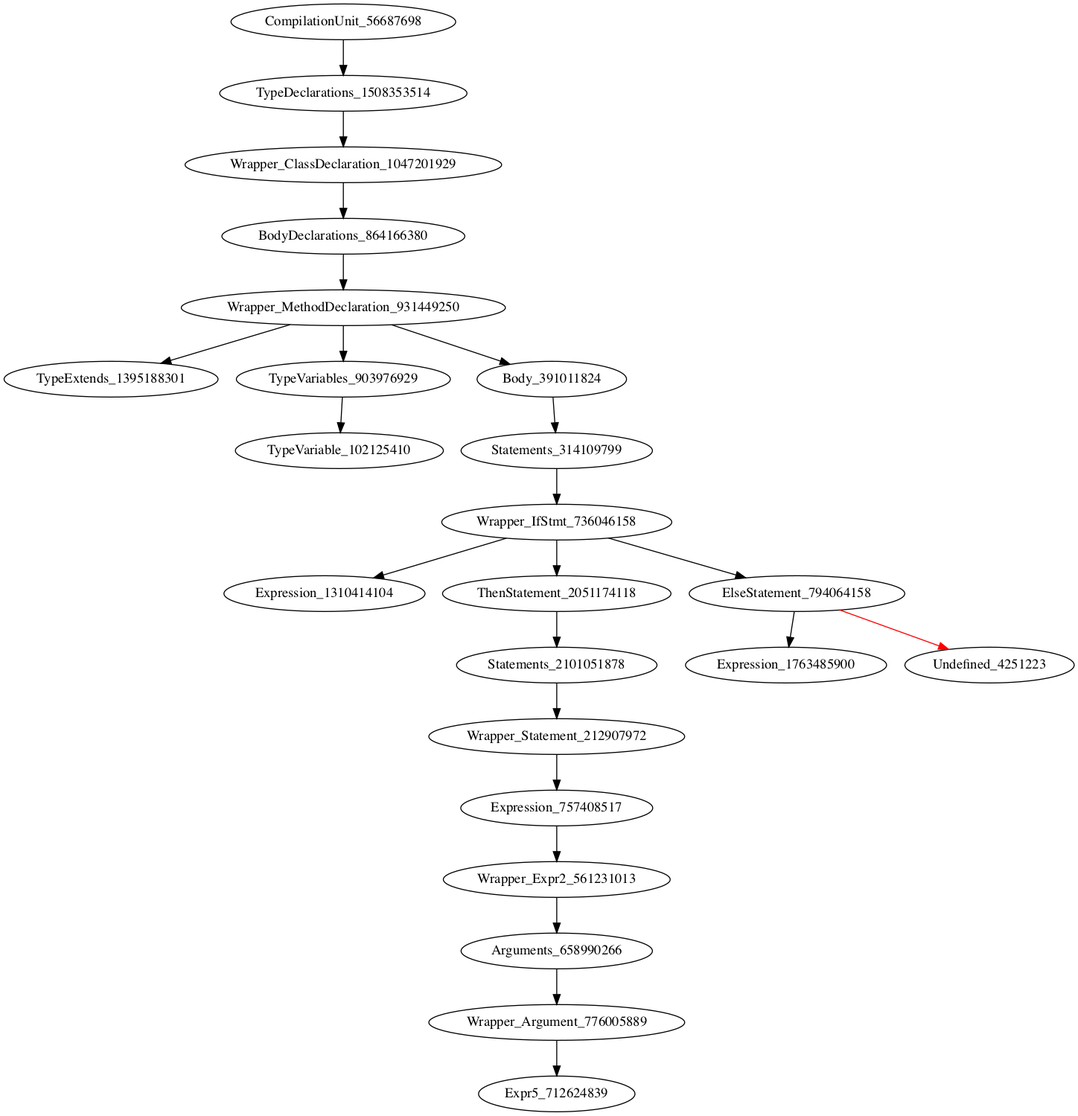
Above: holeAST.png in icse2023material/VoiceJava (Graphviz), before the change. Its source is kept beside it as holeAST.dot.
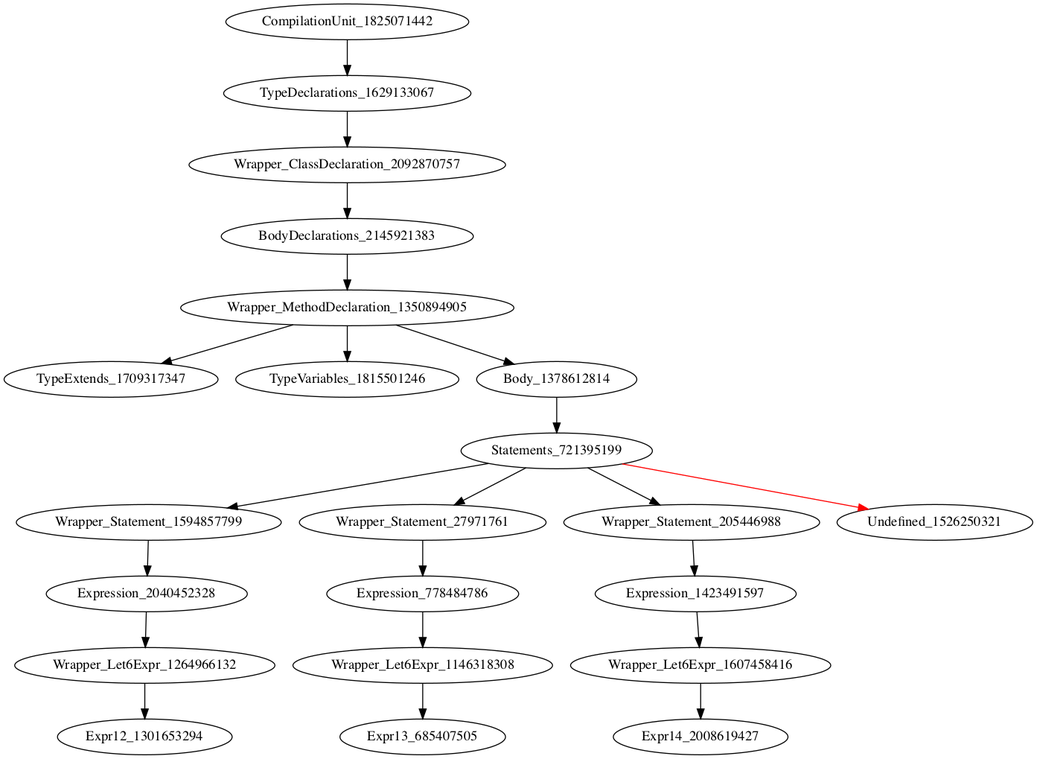
After the change.

Commit message:
[add] testcases for expression

What changed in the source:
```diff
@@ -1,14 +1,23 @@
 digraph {
-CompilationUnit_735125929 -> TypeDeclarations_2052881345
-TypeDeclarations_2052881345 -> Wrapper_ClassDeclaration_1647879666
-Wrapper_ClassDeclaration_1647879666 -> BodyDeclarations_1093243373
-BodyDeclarations_1093243373 -> Wrapper_MethodDeclaration_1666661384
-Wrapper_MethodDeclaration_1666661384 -> TypeExtends_2060239312
-Wrapper_MethodDeclaration_1666661384 -> TypeVariables_1568468046
-Wrapper_MethodDeclaration_1666661384 -> Body_1347922165
-TypeVariables_1568468046 -> TypeVariable_171600267
-Body_1347922165 -> Statements_384105309
-Statements_384105309 -> Wrapper_SwitchStmt_750807891
-Wrapper_SwitchStmt_750807891 -> Expression_1094544958
-Wrapper_SwitchStmt_750807891 -> Undefined_403841443 [color = red]
+CompilationUnit_1825071442 -> TypeDeclarations_1629133067
+TypeDeclarations_1629133067 -> Wrapper_ClassDeclaration_2092870757
+Wrapper_ClassDeclaration_2092870757 -> BodyDeclarations_2145921383
+BodyDeclarations_2145921383 -> Wrapper_MethodDeclaration_1350894905
+Wrapper_MethodDeclaration_1350894905 -> TypeExtends_1709317347
+Wrapper_MethodDeclaration_1350894905 -> TypeVariables_1815501246
+Wrapper_MethodDeclaration_1350894905 -> Body_1378612814
+Body_1378612814 -> Statements_721395199
+Statements_721395199 -> Wrapper_Statement_1594857799
+Statements_721395199 -> Wrapper_Statement_27971761
+Statements_721395199 -> Wrapper_Statement_205446988
+Statements_721395199 -> Undefined_1526250321 [color = red]
+Wrapper_Statement_1594857799 -> Expression_2040452328
+Wrapper_Statement_27971761 -> Expression_778484786
+Wrapper_Statement_205446988 -> Expression_1423491597
+Expression_2040452328 -> Wrapper_Let6Expr_1264966132
+Expression_778484786 -> Wrapper_Let6Expr_1146318308
+Expression_1423491597 -> Wrapper_Let6Expr_1607458416
+Wrapper_Let6Expr_1264966132 -> Expr12_1301653294
+Wrapper_Let6Expr_1146318308 -> Expr13_685407505
+Wrapper_Let6Expr_1607458416 -> Expr14_2008619427
 }
```
